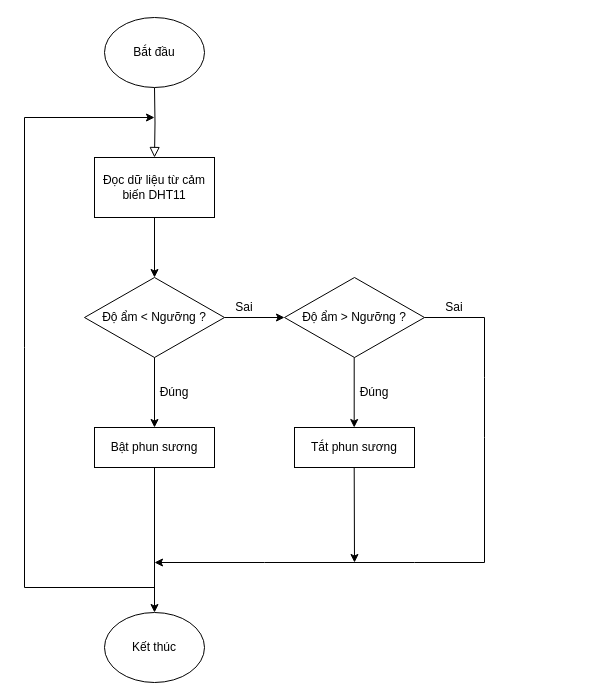
The draw.io diagram block_diagram/flowchart_doamchuong.drawio in imvietp/Final_Thesis, before the edit. Source tidied: cells renumbered, new cells numbered last; positions are measured from the earlier drawing's top-left corner, leaving out a move shared by most shapes. Both pictures are drawn from the tidied source at 100%, with x=0, y=0 at pixel (24, 17).
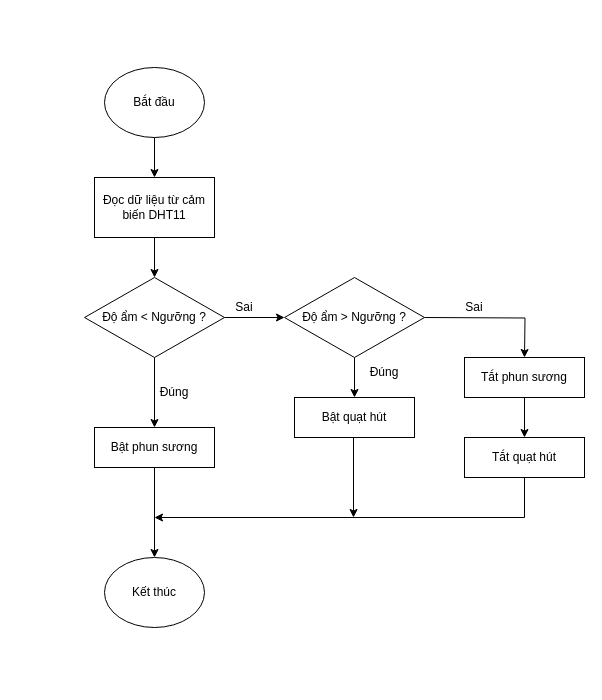
After the change.

Unchanged cells that the change refers to:
```xml
<mxCell id="14" value="Độ ẩm &amp;gt; Ngưỡng ?" style="rhombus;whiteSpace=wrap;html=1;" parent="1" vertex="1">
  <mxGeometry x="260" y="260" width="140" height="80" as="geometry" />
</mxCell>
```

The edit, as a diff of the source:
```diff
@@
-    <mxCell id="2" style="rounded=0;html=1;jettySize=auto;fontSize=11;endArrow=block;endFill=0;endSize=8;strokeWidth=1;shadow=0;labelBackgroundColor=none;edgeStyle=orthogonalEdgeStyle;entryX=0.5;entryY=0;entryDx=0;entryDy=0;" parent="1" edge="1" target="12">
-      <mxGeometry relative="1" as="geometry">
-        <mxPoint x="130" y="70" as="sourcePoint" />
-      </mxGeometry>
-    </mxCell>
+    <mxCell id="22" style="edgeStyle=orthogonalEdgeStyle;rounded=0;jettySize=auto;html=1;" parent="1" edge="1" source="3" target="12">
+      <mxGeometry relative="1" as="geometry" />
+    </mxCell>
     <mxCell id="3" value="Bắt đầu" style="ellipse;whiteSpace=wrap;html=1;" parent="1" vertex="1">
-      <mxGeometry x="80" width="100" height="70" as="geometry" />
+      <mxGeometry x="80" y="50" width="100" height="70" as="geometry" />
     </mxCell>
@@
-    <mxCell id="9" value="Tắt phun sương" style="rounded=0;whiteSpace=wrap;html=1;" parent="1" vertex="1">
-      <mxGeometry x="270" y="410" width="120" height="40" as="geometry" />
+    <mxCell id="9" value="Bật quạt hút" style="rounded=0;whiteSpace=wrap;html=1;" parent="1" vertex="1">
+      <mxGeometry x="270" y="380" width="120" height="40" as="geometry" />
     </mxCell>
@@
     <mxCell id="11" value="Kết thúc" style="ellipse;whiteSpace=wrap;html=1;" parent="1" vertex="1">
-      <mxGeometry x="80" y="595" width="100" height="70" as="geometry" />
+      <mxGeometry x="80" y="540" width="100" height="70" as="geometry" />
     </mxCell>
     <mxCell id="12" value="Đọc dữ liệu từ cảm biến DHT11" style="rounded=0;whiteSpace=wrap;html=1;" parent="1" vertex="1">
-      <mxGeometry x="70" y="140" width="120" height="60" as="geometry" />
+      <mxGeometry x="70" y="160" width="120" height="60" as="geometry" />
     </mxCell>
@@
+    <mxCell id="23" style="edgeStyle=orthogonalEdgeStyle;rounded=0;jettySize=auto;html=1;" parent="1" edge="1" source="14" target="9">
+      <mxGeometry relative="1" as="geometry" />
+    </mxCell>
@@
-    <mxCell id="15" style="endArrow=classic;html=1;rounded=0;exitX=0.5;exitY=1;exitDx=0;exitDy=0;" parent="1" edge="1">
-      <mxGeometry relative="1" as="geometry">
-        <mxPoint x="329.7" y="340" as="sourcePoint" />
-        <mxPoint x="329.7" y="410" as="targetPoint" />
-      </mxGeometry>
-    </mxCell>
     <mxCell id="16" style="endArrow=classic;html=1;rounded=0;exitX=0.5;exitY=1;exitDx=0;exitDy=0;" parent="1" edge="1">
       <mxGeometry relative="1" as="geometry">
-        <mxPoint x="329.7" y="450" as="sourcePoint" />
-        <mxPoint x="330" y="545" as="targetPoint" />
+        <mxPoint x="329" y="420" as="sourcePoint" />
+        <mxPoint x="329" y="500" as="targetPoint" />
       </mxGeometry>
     </mxCell>
     <mxCell id="17" value="Đúng" style="text;html=1;align=center;verticalAlign=middle;whiteSpace=wrap;rounded=0;" parent="1" vertex="1">
-      <mxGeometry x="320" y="360" width="60" height="30" as="geometry" />
+      <mxGeometry x="330" y="340" width="60" height="30" as="geometry" />
     </mxCell>
-    <mxCell id="18" style="endArrow=classic;html=1;rounded=0;" parent="1" edge="1">
-      <mxGeometry relative="1" as="geometry">
-        <mxPoint x="400" y="300" as="sourcePoint" />
-        <mxPoint x="130" y="545" as="targetPoint" />
-        <Array as="points">
-          <mxPoint x="460" y="300" />
-          <mxPoint x="460" y="360" />
-          <mxPoint x="460" y="420" />
-          <mxPoint x="460" y="545" />
-          <mxPoint x="390" y="545" />
-          <mxPoint x="240" y="545" />
-        </Array>
-      </mxGeometry>
-    </mxCell>
+    <mxCell id="24" style="edgeStyle=orthogonalEdgeStyle;rounded=0;orthogonalLoop=1;jettySize=auto;html=1;exitX=0;exitY=0.75;exitDx=0;exitDy=0;entryX=0.5;entryY=0;entryDx=0;entryDy=0;" parent="1" edge="1">
+      <mxGeometry relative="1" as="geometry">
+        <mxPoint x="400" y="300" as="sourcePoint" />
+        <mxPoint x="500" y="340" as="targetPoint" />
+      </mxGeometry>
+    </mxCell>
     <mxCell id="19" value="Sai" style="text;html=1;align=center;verticalAlign=middle;whiteSpace=wrap;rounded=0;" parent="1" vertex="1">
-      <mxGeometry x="400" y="270" width="60" height="40" as="geometry" />
+      <mxGeometry x="420" y="270" width="60" height="40" as="geometry" />
     </mxCell>
@@
-    <mxCell id="21" style="endArrow=classic;html=1;rounded=0;" parent="1" edge="1">
-      <mxGeometry relative="1" as="geometry">
-        <mxPoint x="130" y="570" as="sourcePoint" />
-        <mxPoint x="130" y="100" as="targetPoint" />
-        <Array as="points">
-          <mxPoint y="570" />
-          <mxPoint y="330" />
-          <mxPoint y="100" />
-        </Array>
-      </mxGeometry>
-    </mxCell>
+    <mxCell id="25" style="edgeStyle=orthogonalEdgeStyle;rounded=0;jettySize=auto;html=1;" parent="1" edge="1" source="26" target="28">
+      <mxGeometry relative="1" as="geometry" />
+    </mxCell>
+    <mxCell id="26" value="Tắt phun sương" style="rounded=0;whiteSpace=wrap;html=1;" parent="1" vertex="1">
+      <mxGeometry x="440" y="340" width="120" height="40" as="geometry" />
+    </mxCell>
+    <mxCell id="27" style="edgeStyle=orthogonalEdgeStyle;rounded=0;jettySize=auto;html=1;" parent="1" edge="1" source="28">
+      <mxGeometry relative="1" as="geometry">
+        <mxPoint x="130" y="500" as="targetPoint" />
+        <Array as="points">
+          <mxPoint x="500" y="500" />
+          <mxPoint x="130" y="500" />
+        </Array>
+      </mxGeometry>
+    </mxCell>
+    <mxCell id="28" value="Tắt quạt hút" style="rounded=0;whiteSpace=wrap;html=1;" parent="1" vertex="1">
+      <mxGeometry x="440" y="420" width="120" height="40" as="geometry" />
+    </mxCell>
```
